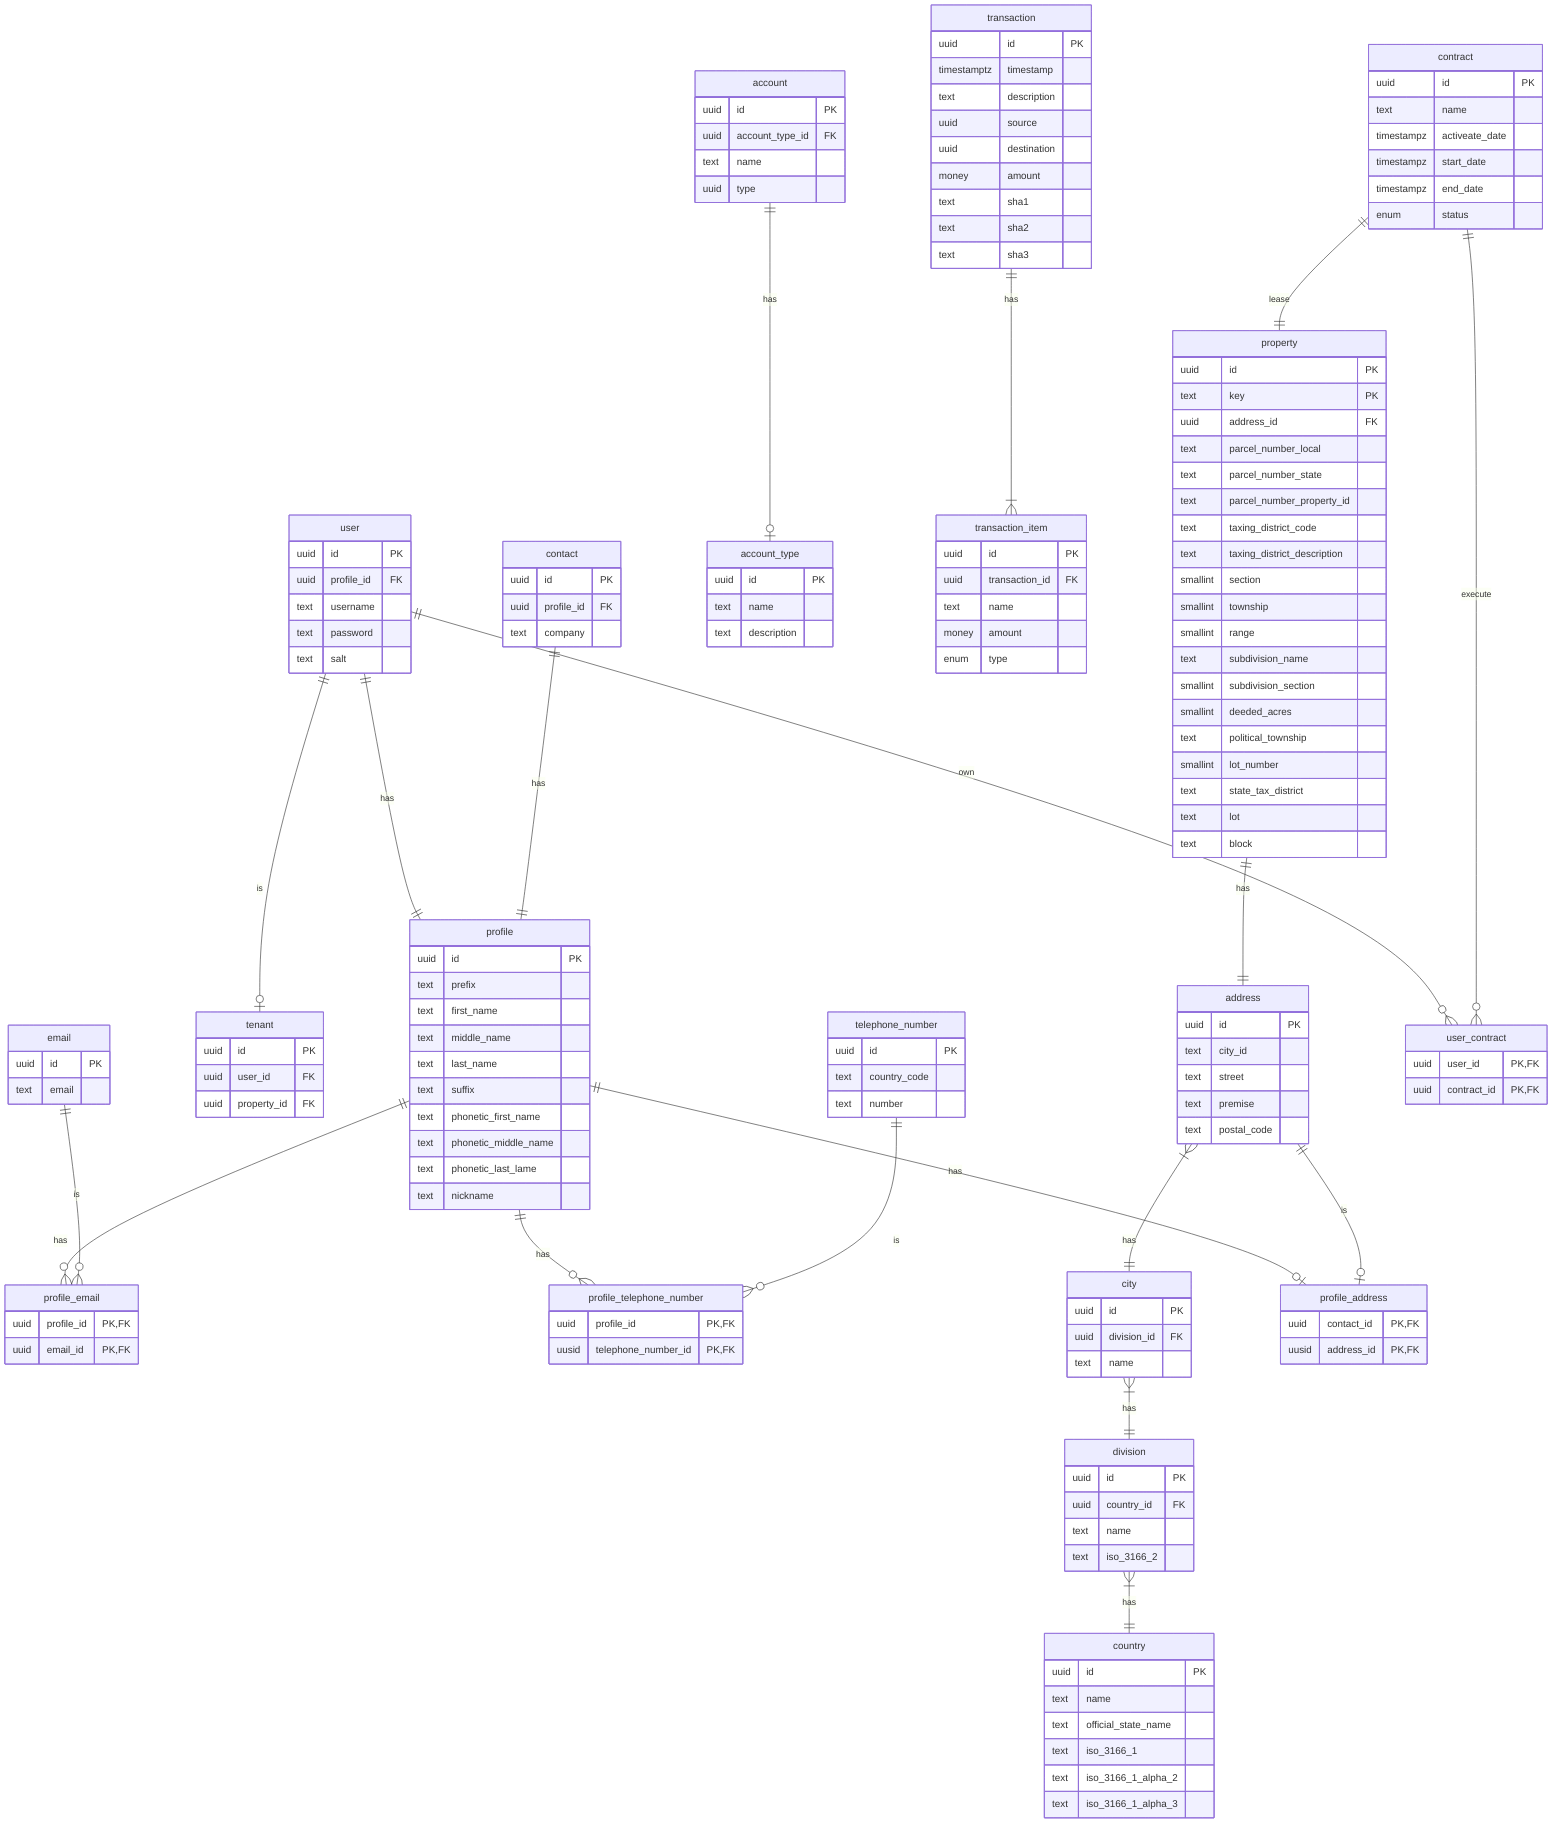
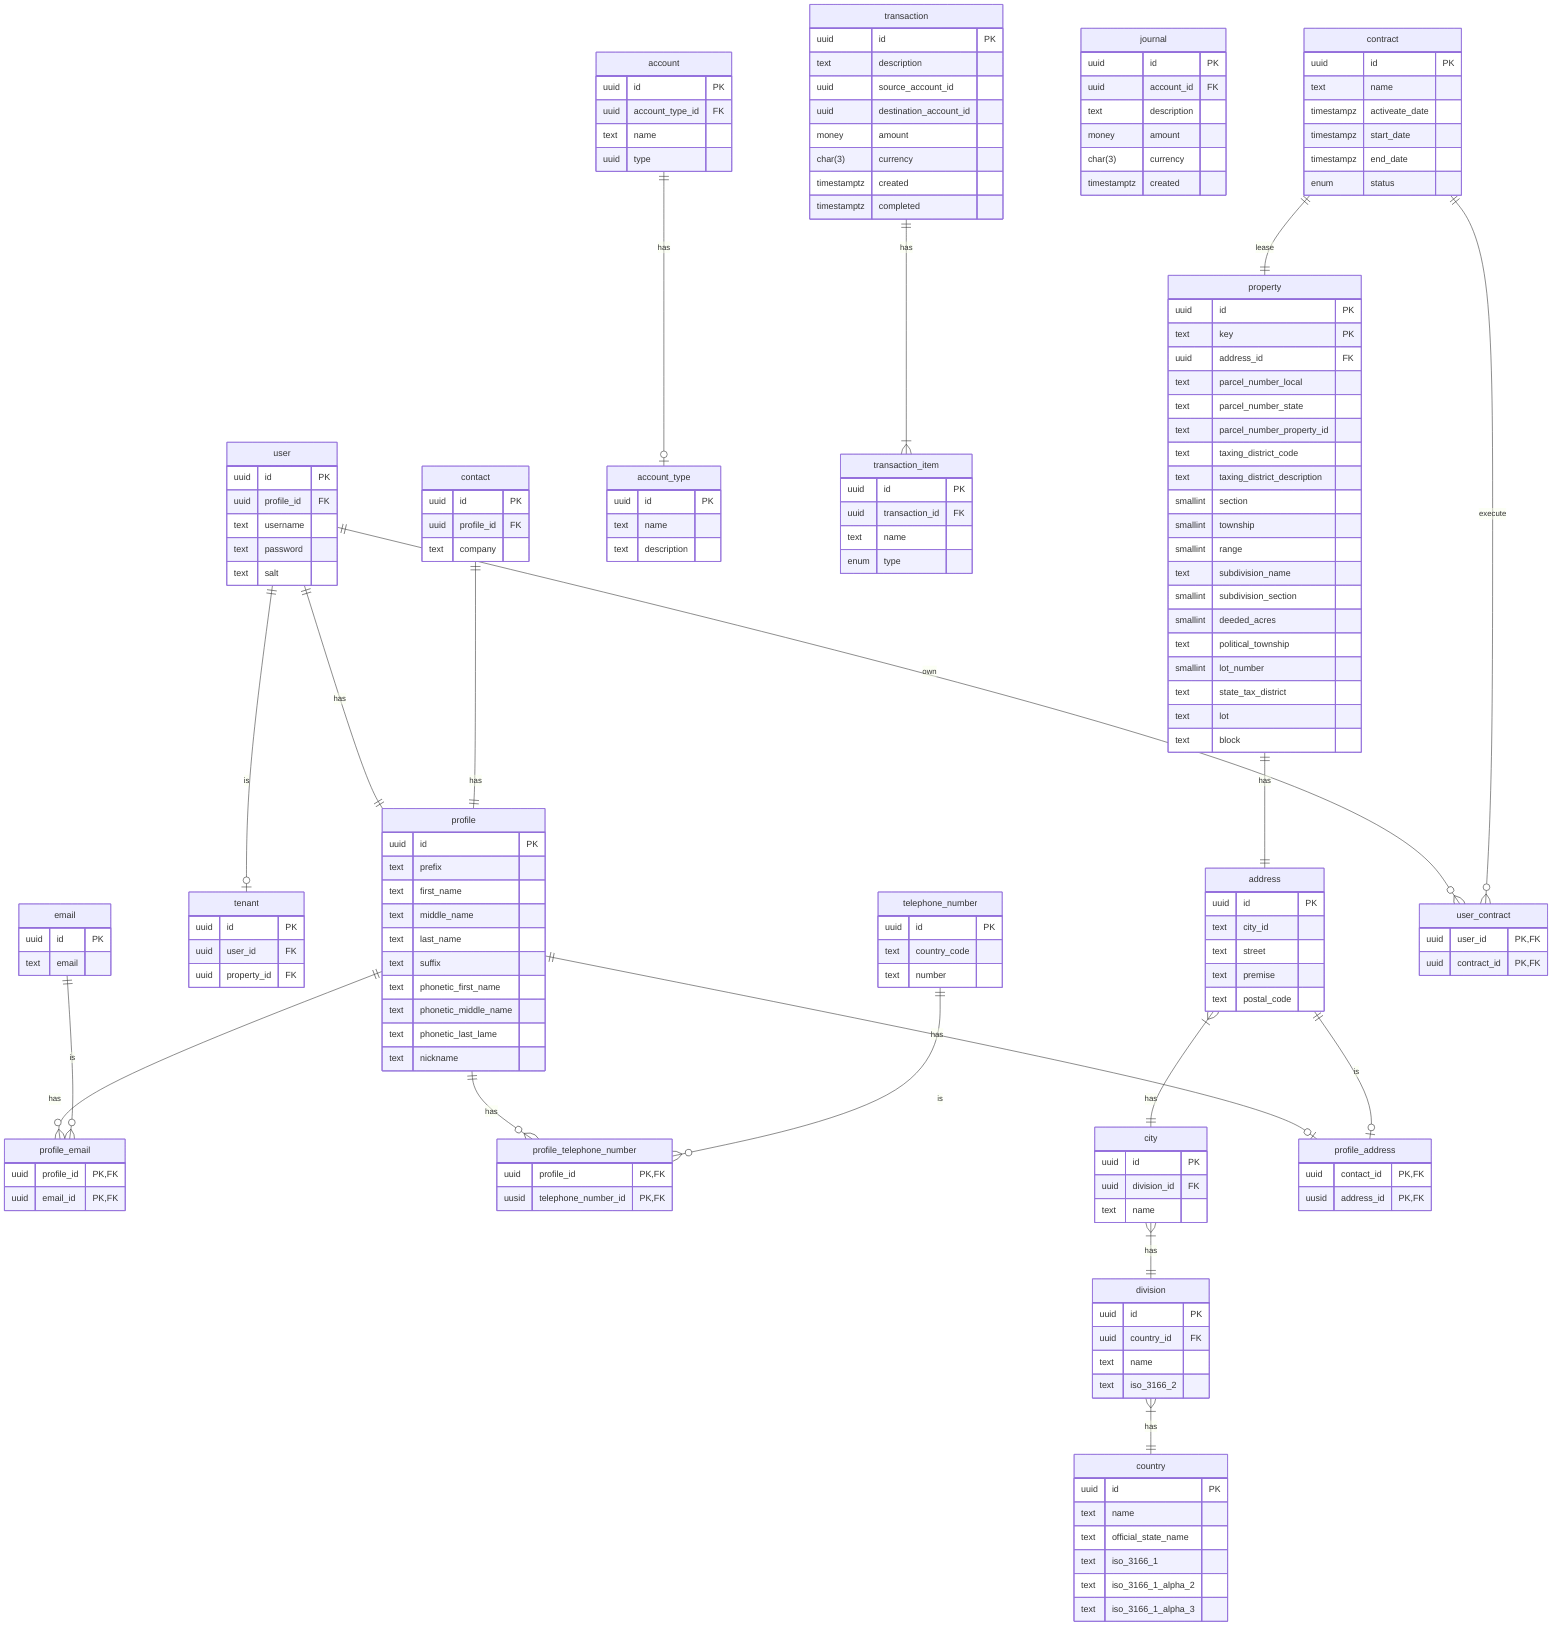
erDiagram
    %% User
    %% The user of the system
    user ||--|| profile : has
    user ||--o| tenant : is
    user {
        uuid id PK
        uuid profile_id FK
        text username
        text password
        text salt
    }

    %% Contact
    contact ||--|| profile : has
    contact {
        uuid id PK
        uuid profile_id FK
        text company
    }

    %% Profile
    profile {
        uuid id PK
        text prefix
        text first_name
        text middle_name
        text last_name
        text suffix
        text phonetic_first_name
        text phonetic_middle_name
        text phonetic_last_lame
        text nickname
    }

    %% Email
    email {
        uuid id PK
        text email
    }

    profile ||--o{ profile_email : has
    email ||--o{ profile_email : is
    profile_email {
        uuid profile_id PK,FK
        uuid email_id PK,FK
    }

    %% Telephone Number
    telephone_number {
        uuid id PK
        text country_code
        text number
    }

    profile ||--o{ profile_telephone_number : has
    telephone_number ||--o{ profile_telephone_number : is
    profile_telephone_number {
        uuid profile_id PK,FK
        uusid telephone_number_id PK,FK
    }

    %% Address
    address }|--|| city : has
    address {
        uuid id PK
        text city_id
        text street
        text premise
        text postal_code
    }

    profile ||--o| profile_address : has
    address ||--o| profile_address : is
    profile_address {
        uuid contact_id PK,FK
        uusid address_id PK,FK
    }

    %% City
    city }|--|| division : has
    city {
        uuid id PK
        uuid division_id FK
        text name
    }

    %% Division
    division }|--|| country : has
    division {
        uuid id PK
        uuid country_id FK
        text name
        text iso_3166_2
    }

    %% Country
    country {
        uuid id PK
        text name
        text official_state_name
        text iso_3166_1
        text iso_3166_1_alpha_2
        text iso_3166_1_alpha_3
    }

    %% Account
    account {
        uuid id PK
        uuid account_type_id FK
        text name
        uuid type
    }

    account ||--o| account_type : has
    account_type {
        uuid id PK
        text name
        text description
    }

    %% Transaction
    transaction {
        uuid id PK
-         timestamptz timestamp
        text description
-         uuid source
-         uuid destination
+         uuid source_account_id
+         uuid destination_account_id
        money amount
-         text sha1
-         text sha2
-         text sha3
+         char(3) currency
+         timestamptz created
+         timestamptz completed
        %% money original_cost
        %% money tax
        %% money adjustment
        %% money discount
        %% enum tax_expense
    }

+     %% Journal
+     %% Chronological listing of business events using accounting
+     %% debit-and-credit language
+     %% Ledger
+     %% Copy of journal's events, sorted by category or account
+     journal {
+         uuid id PK
+         uuid account_id FK
+         text description
+         money amount
+         char(3) currency
+         timestamptz created
+     }
+ 
    %% Transaction Item
    transaction ||--|{ transaction_item : has
    transaction_item {
        uuid id PK
        uuid transaction_id FK
        %% Category?
        text name
-         money amount
        enum type
    }

    %% Tenant
    tenant {
        uuid id PK
        uuid user_id FK
        uuid property_id FK
    }

    %% Contract
    contract ||--|| property : lease
    contract {
        uuid id PK
        text name
        timestampz activeate_date
        timestampz start_date
        timestampz end_date
        enum status
    }

    %% User Contract
    user ||--o{ user_contract : own
    contract ||--o{ user_contract : execute
    user_contract {
        uuid user_id PK,FK
        uuid contract_id PK,FK
    }

    %% Property
    property ||--|| address : has
    property {
        uuid id PK
        text key PK
        uuid address_id FK
        text parcel_number_local
        text parcel_number_state
        text parcel_number_property_id
        text taxing_district_code
        text taxing_district_description
        smallint section
        smallint township
        smallint range
        text subdivision_name
        smallint subdivision_section
        smallint deeded_acres
        text political_township
        smallint lot_number
        text state_tax_district
        text lot
        text block
    }
